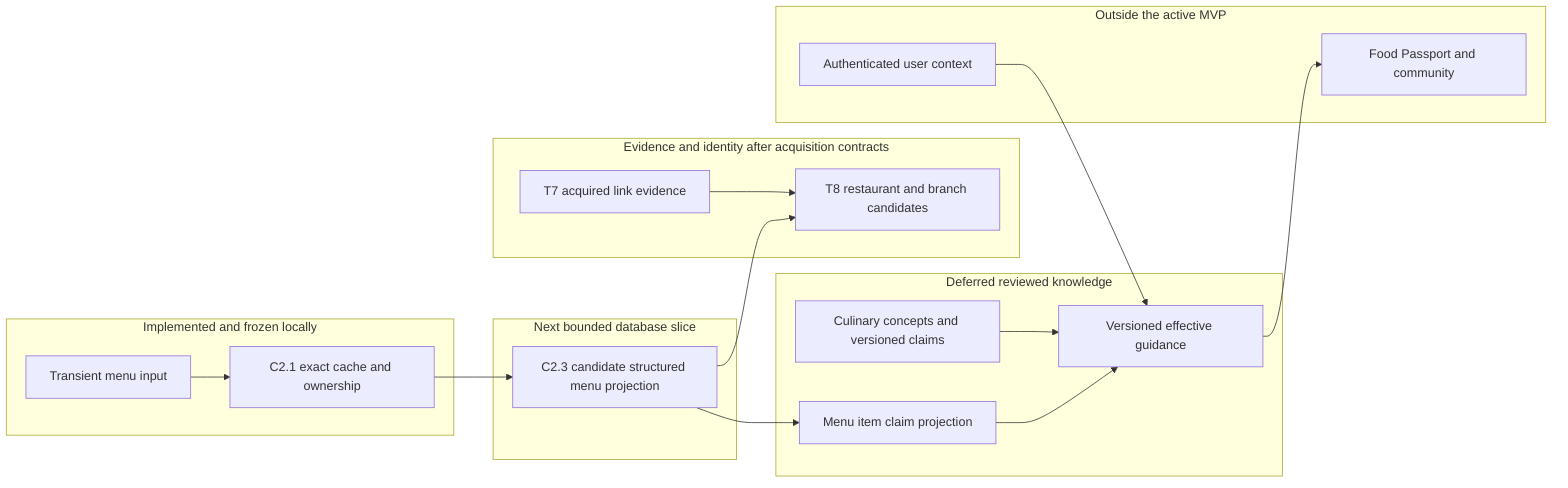
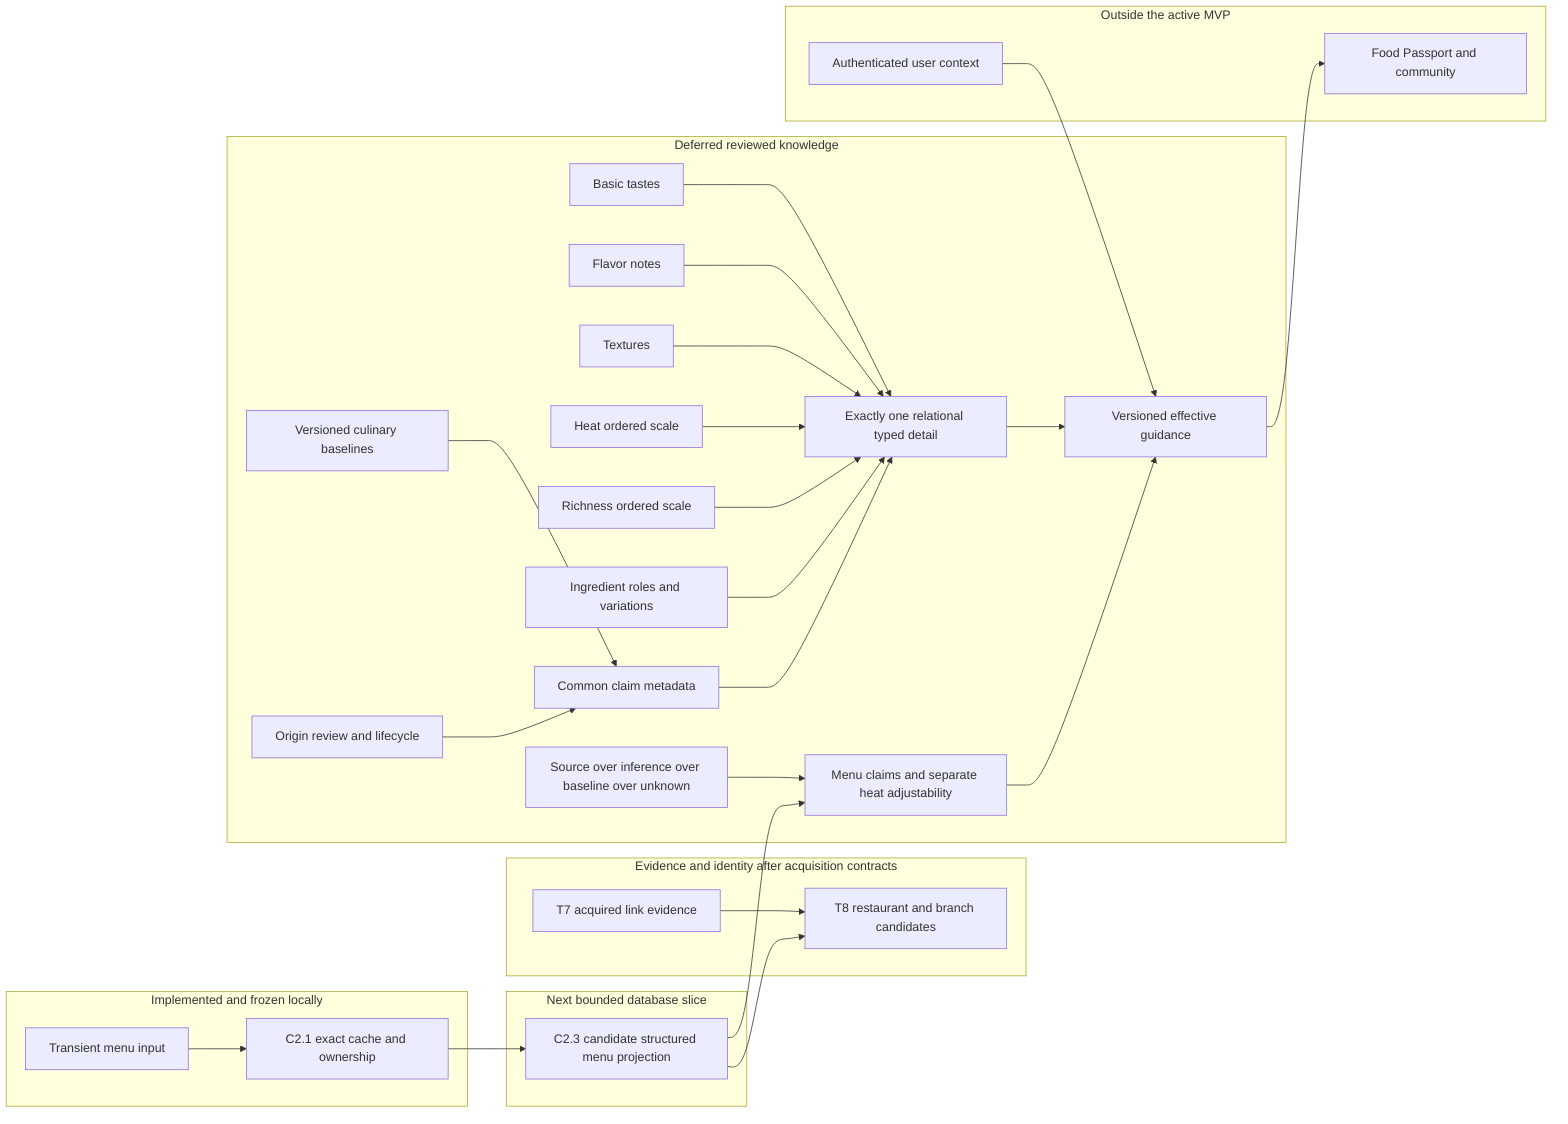
flowchart LR
  subgraph NOW[Implemented and frozen locally]
    A[Transient menu input]
    B[C2.1 exact cache and ownership]
    A --> B
  end

  subgraph NEXT[Next bounded database slice]
    C[C2.3 candidate structured menu projection]
    B --> C
  end

  subgraph EVIDENCE[Evidence and identity after acquisition contracts]
    D[T7 acquired link evidence]
    E[T8 restaurant and branch candidates]
    D --> E
    C --> E
  end

  subgraph KNOWLEDGE[Deferred reviewed knowledge]
-     F[Culinary concepts and versioned claims]
-     G[Menu item claim projection]
+     F[Versioned culinary baselines]
+     K1[Basic tastes]
+     K2[Flavor notes]
+     K3[Textures]
+     K4[Heat ordered scale]
+     K5[Richness ordered scale]
+     K6[Ingredient roles and variations]
+     K7[Common claim metadata]
+     K8[Exactly one relational typed detail]
+     K9[Origin review and lifecycle]
+     K10[Source over inference over baseline over unknown]
+     G[Menu claims and separate heat adjustability]
    H[Versioned effective guidance]
+     F --> K7
+     K9 --> K7
+     K1 --> K8
+     K2 --> K8
+     K3 --> K8
+     K4 --> K8
+     K5 --> K8
+     K6 --> K8
+     K7 --> K8
+     K10 --> G
    C --> G
-     F --> H
+     K8 --> H
    G --> H
  end

  subgraph FUTURE[Outside the active MVP]
    I[Authenticated user context]
    J[Food Passport and community]
    I --> H
    H --> J
  end
